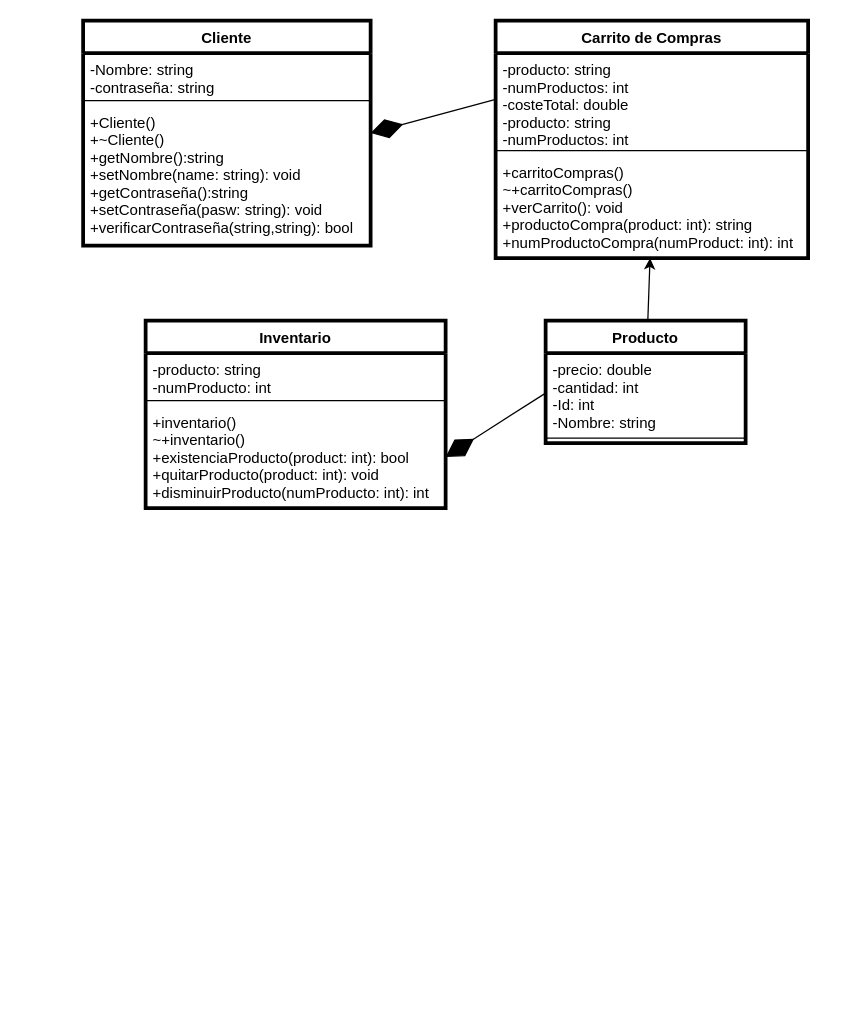
Earlier version of the draw.io diagram Tienda online.drawio (C-CEM-TC1033-304-2213/intregrador-SantiagoCastro05). Source tidied: cells renumbered, new cells numbered last; positions are measured from the earlier drawing's top-left corner, leaving out a move shared by most shapes. Both pictures are drawn from the tidied source at 125%, with x=0, y=0 at pixel (82, 20).
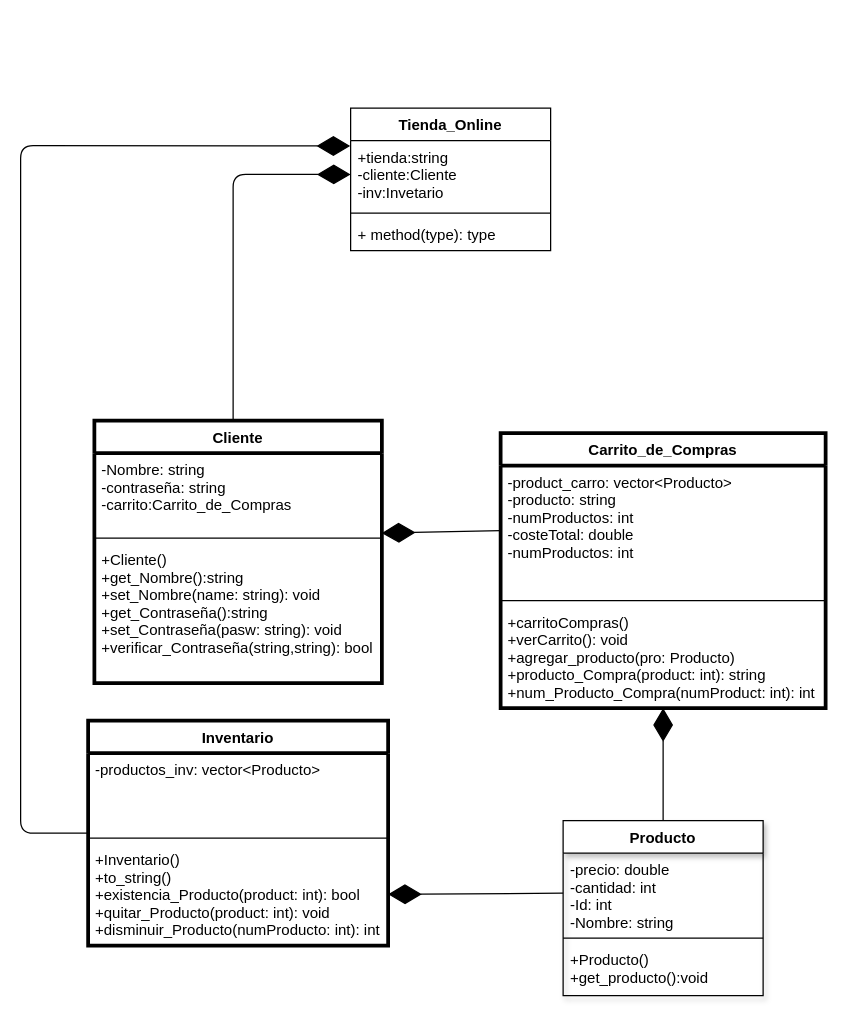
The same page after the edit.

The change refers to these unchanged cells:
```xml
<mxCell id="16" value="-precio: double&#10;-cantidad: int&#10;-Id: int&#10;-Nombre: string" style="text;strokeColor=none;fillColor=none;align=left;verticalAlign=top;spacingLeft=4;spacingRight=4;overflow=hidden;points=[[0,0.5],[1,0.5]];portConstraint=eastwest;" parent="15" vertex="1">
  <mxGeometry y="26" width="160" height="64" as="geometry" />
</mxCell>
```

The edit, as a diff of the source:
```diff
@@
     <mxCell id="2" value="Cliente" style="swimlane;fontStyle=1;align=center;verticalAlign=top;horizontal=1;startSize=26;strokeWidth=3;" parent="1" vertex="1">
-      <mxGeometry width="230" height="180" as="geometry" />
+      <mxGeometry x="9" y="320" width="230" height="210" as="geometry" />
     </mxCell>
-    <mxCell id="3" value="-Nombre: string&#10;-contraseña: string&#10;" style="text;strokeColor=none;fillColor=none;align=left;verticalAlign=top;spacingLeft=4;spacingRight=4;overflow=hidden;" parent="2" vertex="1">
-      <mxGeometry y="26" width="230" height="34" as="geometry" />
+    <mxCell id="3" value="-Nombre: string&#10;-contraseña: string&#10;-carrito:Carrito_de_Compras" style="text;strokeColor=none;fillColor=none;align=left;verticalAlign=top;spacingLeft=4;spacingRight=4;overflow=hidden;" parent="2" vertex="1">
+      <mxGeometry y="26" width="230" height="64" as="geometry" />
     </mxCell>
     <mxCell id="4" style="line;strokeWidth=1;fillColor=none;align=left;verticalAlign=middle;spacingTop=-1;spacingLeft=3;spacingRight=3;labelPosition=right;" parent="2" vertex="1">
-      <mxGeometry y="60" width="230" height="8" as="geometry" />
+      <mxGeometry y="90" width="230" height="8" as="geometry" />
     </mxCell>
-    <mxCell id="5" value="+Cliente()&#10;+~Cliente()&#10;+getNombre():string&#10;+setNombre(name: string): void&#10;+getContraseña():string&#10;+setContraseña(pasw: string): void&#10;+verificarContraseña(string,string): bool" style="text;strokeColor=none;fillColor=none;align=left;verticalAlign=top;spacingLeft=4;spacingRight=4;overflow=hidden;" parent="2" vertex="1">
-      <mxGeometry y="68" width="230" height="112" as="geometry" />
+    <mxCell id="5" value="+Cliente()&#10;+get_Nombre():string&#10;+set_Nombre(name: string): void&#10;+get_Contraseña():string&#10;+set_Contraseña(pasw: string): void&#10;+verificar_Contraseña(string,string): bool" style="text;strokeColor=none;fillColor=none;align=left;verticalAlign=top;spacingLeft=4;spacingRight=4;overflow=hidden;" parent="2" vertex="1">
+      <mxGeometry y="98" width="230" height="112" as="geometry" />
     </mxCell>
-    <mxCell id="6" value="Carrito de Compras" style="swimlane;fontStyle=1;align=center;verticalAlign=top;horizontal=1;startSize=26;strokeWidth=3;" parent="1" vertex="1">
-      <mxGeometry x="330" width="250" height="190" as="geometry" />
+    <mxCell id="6" value="Carrito_de_Compras" style="swimlane;fontStyle=1;align=center;verticalAlign=top;horizontal=1;startSize=26;strokeWidth=3;" parent="1" vertex="1">
+      <mxGeometry x="334" y="330" width="260" height="220" as="geometry" />
     </mxCell>
-    <mxCell id="7" value="-producto: string&#10;-numProductos: int&#10;-costeTotal: double&#10;-producto: string&#10;-numProductos: int" style="text;strokeColor=none;fillColor=none;align=left;verticalAlign=top;spacingLeft=4;spacingRight=4;overflow=hidden;points=[[0,0.5],[1,0.5]];portConstraint=eastwest;" parent="6" vertex="1">
-      <mxGeometry y="26" width="250" height="74" as="geometry" />
+    <mxCell id="7" value="-product_carro: vector&lt;Producto&gt;&#10;-producto: string&#10;-numProductos: int&#10;-costeTotal: double&#10;-numProductos: int" style="text;strokeColor=none;fillColor=none;align=left;verticalAlign=top;spacingLeft=4;spacingRight=4;overflow=hidden;points=[[0,0.5],[1,0.5]];portConstraint=eastwest;" parent="6" vertex="1">
+      <mxGeometry y="26" width="260" height="104" as="geometry" />
     </mxCell>
     <mxCell id="8" style="line;strokeWidth=1;fillColor=none;align=left;verticalAlign=middle;spacingTop=-1;spacingLeft=3;spacingRight=3;labelPosition=right;" parent="6" vertex="1">
-      <mxGeometry y="100" width="250" height="8" as="geometry" />
+      <mxGeometry y="130" width="260" height="8" as="geometry" />
     </mxCell>
-    <mxCell id="9" value="+carritoCompras()&#10;~+carritoCompras()&#10;+verCarrito(): void&#10;+productoCompra(product: int): string&#10;+numProductoCompra(numProduct: int): int&#10;" style="text;strokeColor=none;fillColor=none;align=left;verticalAlign=top;spacingLeft=4;spacingRight=4;overflow=hidden;points=[[0,0.5],[1,0.5]];portConstraint=eastwest;" parent="6" vertex="1">
-      <mxGeometry y="108" width="250" height="82" as="geometry" />
+    <mxCell id="9" value="+carritoCompras()&#10;+verCarrito(): void&#10;+agregar_producto(pro: Producto)&#10;+producto_Compra(product: int): string&#10;+num_Producto_Compra(numProduct: int): int&#10;" style="text;strokeColor=none;fillColor=none;align=left;verticalAlign=top;spacingLeft=4;spacingRight=4;overflow=hidden;points=[[0,0.5],[1,0.5]];portConstraint=eastwest;" parent="6" vertex="1">
+      <mxGeometry y="138" width="260" height="82" as="geometry" />
     </mxCell>
     <mxCell id="10" value="Inventario" style="swimlane;fontStyle=1;align=center;verticalAlign=top;horizontal=1;startSize=26;strokeWidth=3;" parent="1" vertex="1">
-      <mxGeometry x="50" y="240" width="240" height="150" as="geometry" />
+      <mxGeometry x="4" y="560" width="240" height="180" as="geometry" />
     </mxCell>
-    <mxCell id="11" value="-producto: string&#10;-numProducto: int" style="text;strokeColor=none;fillColor=none;align=left;verticalAlign=top;spacingLeft=4;spacingRight=4;overflow=hidden;" parent="10" vertex="1">
-      <mxGeometry y="26" width="240" height="34" as="geometry" />
+    <mxCell id="11" value="-productos_inv: vector&lt;Producto&gt;&#10;" style="text;strokeColor=none;fillColor=none;align=left;verticalAlign=top;spacingLeft=4;spacingRight=4;overflow=hidden;" parent="10" vertex="1">
+      <mxGeometry y="26" width="240" height="64" as="geometry" />
     </mxCell>
     <mxCell id="12" style="line;strokeWidth=1;fillColor=none;align=left;verticalAlign=middle;spacingTop=-1;spacingLeft=3;spacingRight=3;labelPosition=right;" parent="10" vertex="1">
-      <mxGeometry y="60" width="240" height="8" as="geometry" />
+      <mxGeometry y="90" width="240" height="8" as="geometry" />
     </mxCell>
-    <mxCell id="13" value="+inventario()&#10;~+inventario()&#10;+existenciaProducto(product: int): bool&#10;+quitarProducto(product: int): void&#10;+disminuirProducto(numProducto: int): int" style="text;strokeColor=none;fillColor=none;align=left;verticalAlign=top;spacingLeft=4;spacingRight=4;overflow=hidden;points=[[0,0.5],[1,0.5]];portConstraint=eastwest;" parent="10" vertex="1">
-      <mxGeometry y="68" width="240" height="82" as="geometry" />
+    <mxCell id="13" value="+Inventario()&#10;+to_string()&#10;+existencia_Producto(product: int): bool&#10;+quitar_Producto(product: int): void&#10;+disminuir_Producto(numProducto: int): int" style="text;strokeColor=none;fillColor=none;align=left;verticalAlign=top;spacingLeft=4;spacingRight=4;overflow=hidden;points=[[0,0.5],[1,0.5]];portConstraint=eastwest;" parent="10" vertex="1">
+      <mxGeometry y="98" width="240" height="82" as="geometry" />
     </mxCell>
-    <mxCell id="14" style="edgeStyle=none;html=1;" parent="1" edge="1" source="15" target="9">
-      <mxGeometry relative="1" as="geometry" />
-    </mxCell>
+    <mxCell id="18" style="endArrow=diamondThin;endFill=1;endSize=24;html=1;exitX=0;exitY=0.5;exitDx=0;exitDy=0;" parent="1" edge="1" source="7">
+      <mxGeometry relative="1" as="geometry">
+        <mxPoint x="239" y="410" as="targetPoint" />
+      </mxGeometry>
+    </mxCell>
+    <mxCell id="19" style="endArrow=diamondThin;endFill=1;endSize=24;html=1;entryX=1;entryY=0.5;entryDx=0;entryDy=0;exitX=0;exitY=0.5;exitDx=0;exitDy=0;" parent="1" edge="1" source="16" target="13">
+      <mxGeometry relative="1" as="geometry" />
+    </mxCell>
+    <mxCell id="20" style="endArrow=diamondThin;endFill=1;endSize=24;html=1;entryX=0.5;entryY=1;entryDx=0;entryDy=0;exitX=0.5;exitY=0;exitDx=0;exitDy=0;" parent="1" edge="1" source="15" target="6">
+      <mxGeometry relative="1" as="geometry" />
+    </mxCell>
+    <mxCell id="21" value="Tienda_Online" style="swimlane;fontStyle=1;align=center;verticalAlign=top;horizontal=1;startSize=26;" parent="1" vertex="1">
+      <mxGeometry x="214" y="70" width="160" height="114" as="geometry" />
+    </mxCell>
+    <mxCell id="22" value="+tienda:string&#10;-cliente:Cliente&#10;-inv:Invetario&#10;&#10;" style="text;strokeColor=none;fillColor=none;align=left;verticalAlign=top;spacingLeft=4;spacingRight=4;overflow=hidden;points=[[0,0.5],[1,0.5]];portConstraint=eastwest;" parent="21" vertex="1">
+      <mxGeometry y="26" width="160" height="54" as="geometry" />
+    </mxCell>
+    <mxCell id="23" style="line;strokeWidth=1;fillColor=none;align=left;verticalAlign=middle;spacingTop=-1;spacingLeft=3;spacingRight=3;labelPosition=right;" parent="21" vertex="1">
+      <mxGeometry y="80" width="160" height="8" as="geometry" />
+    </mxCell>
+    <mxCell id="24" value="+ method(type): type" style="text;strokeColor=none;fillColor=none;align=left;verticalAlign=top;spacingLeft=4;spacingRight=4;overflow=hidden;" parent="21" vertex="1">
+      <mxGeometry y="88" width="160" height="26" as="geometry" />
+    </mxCell>
+    <mxCell id="25" style="endArrow=diamondThin;endFill=1;endSize=24;html=1;entryX=0;entryY=0.5;entryDx=0;entryDy=0;" parent="1" edge="1" target="22">
+      <mxGeometry relative="1" as="geometry">
+        <mxPoint x="120" y="320" as="sourcePoint" />
+        <Array as="points">
+          <mxPoint x="120" y="123" />
+        </Array>
+      </mxGeometry>
+    </mxCell>
+    <mxCell id="26" style="endArrow=diamondThin;endFill=1;endSize=24;html=1;exitX=0;exitY=0.5;exitDx=0;exitDy=0;entryX=-0.002;entryY=0.08;entryDx=0;entryDy=0;entryPerimeter=0;" parent="1" edge="1" source="10" target="22">
+      <mxGeometry relative="1" as="geometry">
+        <Array as="points">
+          <mxPoint x="-50" y="650" />
+          <mxPoint x="-50" y="100" />
+        </Array>
+      </mxGeometry>
+    </mxCell>
-    <mxCell id="15" value="Producto" style="swimlane;fontStyle=1;align=center;verticalAlign=top;horizontal=1;startSize=26;strokeWidth=3;" parent="1" vertex="1">
-      <mxGeometry x="370" y="240" width="160" height="98" as="geometry" />
+    <mxCell id="15" value="Producto" style="swimlane;fontStyle=1;align=center;verticalAlign=top;horizontal=1;startSize=26;shadow=1;" parent="1" vertex="1">
+      <mxGeometry x="384" y="640" width="160" height="140" as="geometry" />
     </mxCell>
@@
-    <mxCell id="18" style="endArrow=diamondThin;endFill=1;endSize=24;html=1;exitX=0;exitY=0.5;exitDx=0;exitDy=0;" parent="1" edge="1" source="7">
-      <mxGeometry relative="1" as="geometry">
-        <mxPoint x="230" y="90" as="targetPoint" />
-      </mxGeometry>
-    </mxCell>
-    <mxCell id="19" style="endArrow=diamondThin;endFill=1;endSize=24;html=1;entryX=1;entryY=0.5;entryDx=0;entryDy=0;exitX=0;exitY=0.5;exitDx=0;exitDy=0;" parent="1" edge="1" source="16" target="13">
-      <mxGeometry relative="1" as="geometry" />
-    </mxCell>
+    <mxCell id="27" value="+Producto()&#10;+get_producto():void" style="text;strokeColor=none;fillColor=none;align=left;verticalAlign=top;spacingLeft=4;spacingRight=4;overflow=hidden;" parent="15" vertex="1">
+      <mxGeometry y="98" width="160" height="42" as="geometry" />
+    </mxCell>
```
